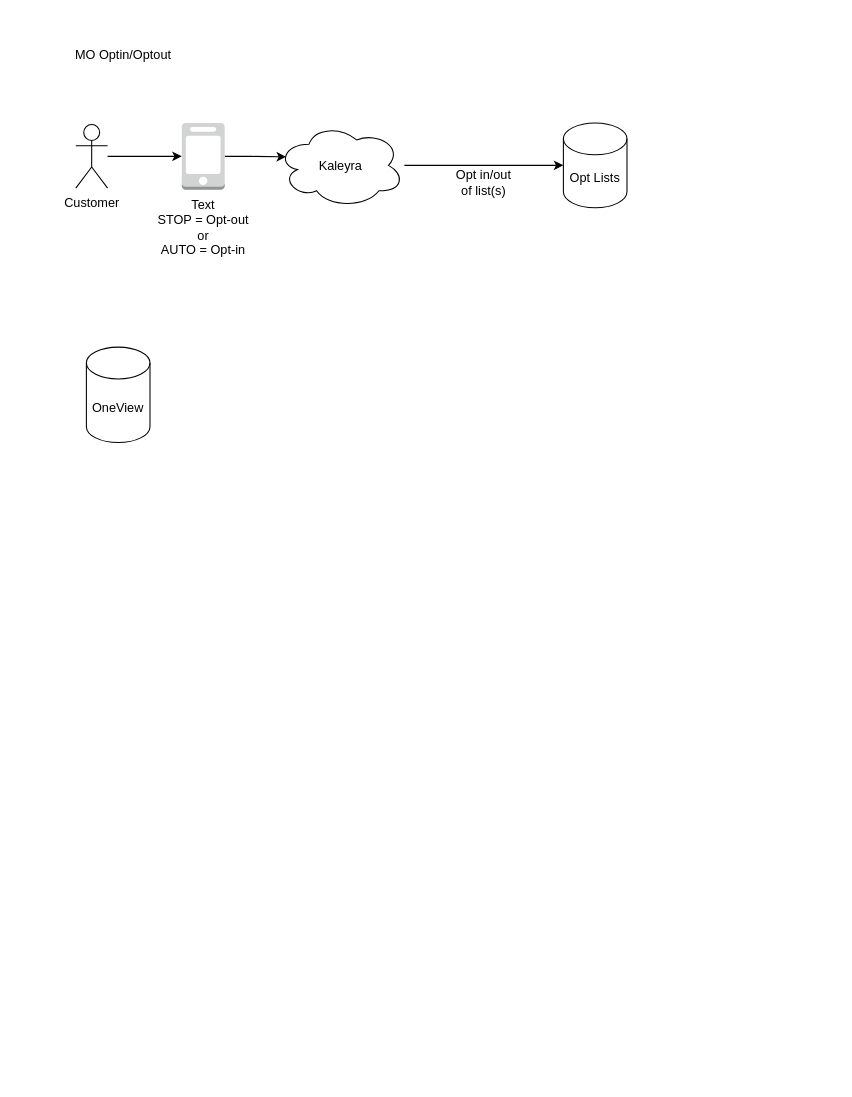
Above: drawings/Kaleyra Opt Sync.drawio in AarellanoH/draw_io (draw.io), before the change. Source tidied: cells renumbered, new cells numbered last; positions are measured from the earlier drawing's top-left corner, leaving out a move shared by most shapes. Both pictures are drawn from the tidied source at 106%, with x=0, y=0 at pixel (54, 39).
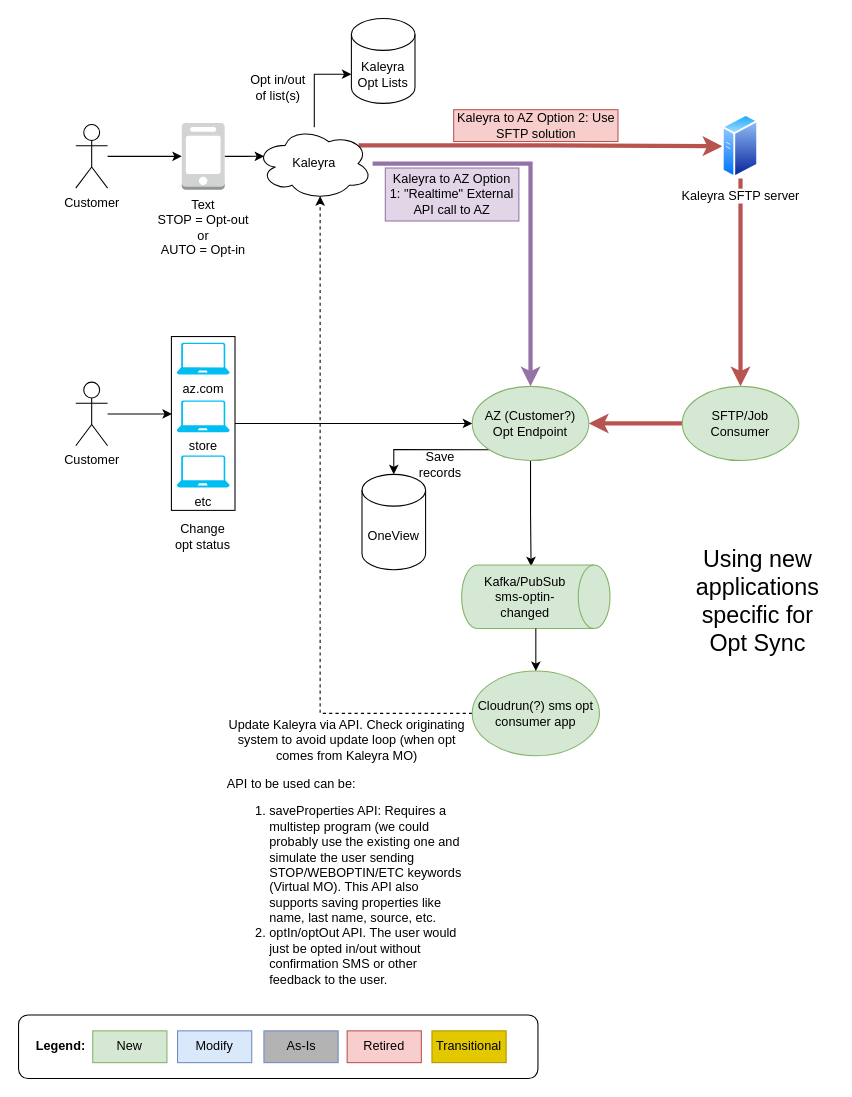
The same diagram, later.

Change to the diagram source:
```diff
@@
     <mxCell id="2" value="OneView" style="shape=cylinder3;whiteSpace=wrap;html=1;boundedLbl=1;backgroundOutline=1;size=15;" parent="1" vertex="1">
-      <mxGeometry x="30" y="290" width="60" height="90" as="geometry" />
+      <mxGeometry x="290" y="410" width="60" height="90" as="geometry" />
     </mxCell>
-    <mxCell id="3" style="edgeStyle=orthogonalEdgeStyle;rounded=0;jettySize=auto;html=1;entryX=0;entryY=0.5;entryDx=0;entryDy=0;entryPerimeter=0;" parent="1" edge="1" source="4" target="9">
+    <mxCell id="3" style="edgeStyle=orthogonalEdgeStyle;rounded=0;jettySize=auto;html=1;entryX=0;entryY=0;entryDx=0;entryDy=52.5;entryPerimeter=0;" parent="1" edge="1" source="4" target="9">
       <mxGeometry relative="1" as="geometry" />
     </mxCell>
+    <mxCell id="12" style="edgeStyle=orthogonalEdgeStyle;rounded=0;jettySize=auto;html=1;entryX=0.5;entryY=0;entryDx=0;entryDy=0;fillColor=#e1d5e7;strokeColor=#9673a6;strokeWidth=4;" parent="1" edge="1" source="4" target="16">
+      <mxGeometry relative="1" as="geometry" />
+    </mxCell>
+    <mxCell id="13" style="edgeStyle=orthogonalEdgeStyle;rounded=0;jettySize=auto;html=1;exitX=0.88;exitY=0.25;exitDx=0;exitDy=0;exitPerimeter=0;entryX=0;entryY=0.5;entryDx=0;entryDy=0;fillColor=#f8cecc;strokeColor=#b85450;strokeWidth=4;" parent="1" edge="1" source="4" target="36">
+      <mxGeometry relative="1" as="geometry" />
+    </mxCell>
     <mxCell id="4" value="Kaleyra" style="ellipse;shape=cloud;whiteSpace=wrap;html=1;" parent="1" vertex="1">
-      <mxGeometry x="210" y="78.5" width="120" height="80" as="geometry" />
+      <mxGeometry x="190" y="82.5" width="110" height="68.5" as="geometry" />
     </mxCell>
@@
-    <mxCell id="9" value="Opt Lists" style="shape=cylinder3;whiteSpace=wrap;html=1;boundedLbl=1;backgroundOutline=1;size=15;" parent="1" vertex="1">
-      <mxGeometry x="480" y="78.5" width="60" height="80" as="geometry" />
+    <mxCell id="9" value="Kaleyra Opt Lists" style="shape=cylinder3;whiteSpace=wrap;html=1;boundedLbl=1;backgroundOutline=1;size=15;" parent="1" vertex="1">
+      <mxGeometry x="280" y="-20" width="60" height="80" as="geometry" />
     </mxCell>
     <mxCell id="10" value="Opt in/out of list(s)" style="text;html=1;strokeColor=none;fillColor=none;align=center;verticalAlign=middle;whiteSpace=wrap;rounded=0;" parent="1" vertex="1">
-      <mxGeometry x="375" y="120" width="60" height="30" as="geometry" />
+      <mxGeometry x="181" y="30" width="60" height="30" as="geometry" />
     </mxCell>
-    <mxCell id="11" value="MO Optin/Optout" style="text;html=1;strokeColor=none;fillColor=none;align=center;verticalAlign=middle;whiteSpace=wrap;rounded=0;" parent="1" vertex="1">
-      <mxGeometry width="130" height="30" as="geometry" />
-    </mxCell>
+    <mxCell id="14" style="edgeStyle=orthogonalEdgeStyle;rounded=0;jettySize=auto;html=1;entryX=0.021;entryY=0.532;entryDx=0;entryDy=0;entryPerimeter=0;" parent="1" edge="1" source="16" target="18">
+      <mxGeometry relative="1" as="geometry" />
+    </mxCell>
+    <mxCell id="15" style="edgeStyle=orthogonalEdgeStyle;rounded=0;jettySize=auto;html=1;exitX=0;exitY=1;exitDx=0;exitDy=0;entryX=0.5;entryY=0;entryDx=0;entryDy=0;entryPerimeter=0;" parent="1" edge="1" source="16" target="2">
+      <mxGeometry relative="1" as="geometry" />
+    </mxCell>
+    <mxCell id="16" value="AZ (Customer?)&lt;br&gt;Opt Endpoint" style="ellipse;whiteSpace=wrap;html=1;fillColor=#d5e8d4;strokeColor=#82b366;" parent="1" vertex="1">
+      <mxGeometry x="394" y="327" width="110" height="70" as="geometry" />
+    </mxCell>
+    <mxCell id="17" style="group;" parent="1" vertex="1">
+      <mxGeometry x="384" y="495.5" width="140" height="60" as="geometry" />
+    </mxCell>
+    <mxCell id="18" style="shape=cylinder3;whiteSpace=wrap;html=1;boundedLbl=1;backgroundOutline=1;size=15;rotation=90;fillColor=#d5e8d4;strokeColor=#82b366;" parent="17" vertex="1">
+      <mxGeometry x="40" y="-40" width="60" height="140" as="geometry" />
+    </mxCell>
+    <mxCell id="19" value="Kafka/PubSub&lt;br&gt;sms-optin-changed" style="text;html=1;strokeColor=none;fillColor=none;align=center;verticalAlign=middle;whiteSpace=wrap;rounded=0;" parent="17" vertex="1">
+      <mxGeometry x="10" y="15" width="100" height="30" as="geometry" />
+    </mxCell>
+    <mxCell id="20" style="edgeStyle=orthogonalEdgeStyle;rounded=0;jettySize=auto;html=1;exitX=0;exitY=0.5;exitDx=0;exitDy=0;entryX=0.55;entryY=0.95;entryDx=0;entryDy=0;entryPerimeter=0;dashed=1;" parent="1" edge="1" source="21" target="4">
+      <mxGeometry relative="1" as="geometry" />
+    </mxCell>
+    <mxCell id="21" value="Cloudrun(?) sms opt consumer app" style="ellipse;whiteSpace=wrap;html=1;fillColor=#d5e8d4;strokeColor=#82b366;" parent="1" vertex="1">
+      <mxGeometry x="394" y="595.5" width="120" height="80" as="geometry" />
+    </mxCell>
+    <mxCell id="22" style="edgeStyle=orthogonalEdgeStyle;rounded=0;jettySize=auto;html=1;entryX=0.5;entryY=0;entryDx=0;entryDy=0;" parent="1" edge="1" source="18" target="21">
+      <mxGeometry relative="1" as="geometry" />
+    </mxCell>
+    <mxCell id="23" value="Update Kaleyra via API. Check originating system to avoid update loop (when opt comes from Kaleyra MO)" style="text;html=1;strokeColor=none;fillColor=none;align=center;verticalAlign=middle;whiteSpace=wrap;rounded=0;" parent="1" vertex="1">
+      <mxGeometry x="160.5" y="645.5" width="230" height="30" as="geometry" />
+    </mxCell>
+    <mxCell id="24" style="edgeStyle=orthogonalEdgeStyle;rounded=0;jettySize=auto;html=1;entryX=0.008;entryY=0.445;entryDx=0;entryDy=0;entryPerimeter=0;" parent="1" edge="1" source="25" target="28">
+      <mxGeometry relative="1" as="geometry" />
+    </mxCell>
+    <mxCell id="25" value="Customer" style="shape=umlActor;verticalLabelPosition=bottom;verticalAlign=top;html=1;outlineConnect=0;" parent="1" vertex="1">
+      <mxGeometry x="20" y="323" width="30" height="60" as="geometry" />
+    </mxCell>
+    <mxCell id="26" style="group;" parent="1" vertex="1">
+      <mxGeometry x="110.2" y="285.8" width="60" height="198.2" as="geometry" />
+    </mxCell>
+    <mxCell id="27" style="group;" parent="26" vertex="1">
+      <mxGeometry x="5" width="55" height="158.2" as="geometry" />
+    </mxCell>
+    <mxCell id="28" style="rounded=0;whiteSpace=wrap;html=1;" parent="27" vertex="1">
+      <mxGeometry x="-5" y="-5.8" width="60" height="164" as="geometry" />
+    </mxCell>
+    <mxCell id="29" value="az.com" style="verticalLabelPosition=bottom;html=1;verticalAlign=top;align=center;strokeColor=none;fillColor=#00BEF2;shape=mxgraph.azure.laptop;" parent="27" vertex="1">
+      <mxGeometry width="50" height="30" as="geometry" />
+    </mxCell>
+    <mxCell id="30" value="store" style="verticalLabelPosition=bottom;html=1;verticalAlign=top;align=center;strokeColor=none;fillColor=#00BEF2;shape=mxgraph.azure.laptop;" parent="27" vertex="1">
+      <mxGeometry y="54.5" width="50" height="30" as="geometry" />
+    </mxCell>
+    <mxCell id="31" value="etc" style="verticalLabelPosition=bottom;html=1;verticalAlign=top;align=center;strokeColor=none;fillColor=#00BEF2;shape=mxgraph.azure.laptop;" parent="27" vertex="1">
+      <mxGeometry y="106.5" width="50" height="30" as="geometry" />
+    </mxCell>
+    <mxCell id="32" value="Change opt status" style="text;html=1;strokeColor=none;fillColor=none;align=center;verticalAlign=middle;whiteSpace=wrap;rounded=0;" parent="26" vertex="1">
+      <mxGeometry y="168.2" width="60" height="30" as="geometry" />
+    </mxCell>
+    <mxCell id="33" style="edgeStyle=orthogonalEdgeStyle;rounded=0;jettySize=auto;html=1;entryX=0;entryY=0.5;entryDx=0;entryDy=0;" parent="1" edge="1" source="28" target="16">
+      <mxGeometry relative="1" as="geometry" />
+    </mxCell>
+    <mxCell id="34" value="Kaleyra to AZ Option 1: &quot;Realtime&quot; External API call to AZ" style="text;html=1;strokeColor=#9673a6;fillColor=#e1d5e7;align=center;verticalAlign=middle;whiteSpace=wrap;rounded=0;" parent="1" vertex="1">
+      <mxGeometry x="312" y="121" width="126" height="50" as="geometry" />
+    </mxCell>
+    <mxCell id="35" style="edgeStyle=orthogonalEdgeStyle;rounded=0;jettySize=auto;html=1;entryX=0.5;entryY=0;entryDx=0;entryDy=0;fillColor=#f8cecc;strokeColor=#b85450;strokeWidth=4;" parent="1" edge="1" source="36" target="38">
+      <mxGeometry relative="1" as="geometry" />
+    </mxCell>
+    <mxCell id="36" value="Kaleyra SFTP server" style="image;perimeter=ellipsePerimeter;html=1;align=center;shadow=0;dashed=0;spacingTop=3;image=img/lib/active_directory/generic_server.svg;" parent="1" vertex="1">
+      <mxGeometry x="630" y="70" width="34.2" height="61" as="geometry" />
+    </mxCell>
+    <mxCell id="37" style="edgeStyle=orthogonalEdgeStyle;rounded=0;jettySize=auto;html=1;entryX=1;entryY=0.5;entryDx=0;entryDy=0;strokeWidth=4;fillColor=#f8cecc;strokeColor=#b85450;" parent="1" edge="1" source="38" target="16">
+      <mxGeometry relative="1" as="geometry" />
+    </mxCell>
+    <mxCell id="38" value="SFTP/Job Consumer" style="ellipse;whiteSpace=wrap;html=1;fillColor=#d5e8d4;strokeColor=#82b366;" parent="1" vertex="1">
+      <mxGeometry x="592.1" y="327" width="110" height="70" as="geometry" />
+    </mxCell>
+    <mxCell id="39" value="Save records" style="text;html=1;strokeColor=none;fillColor=none;align=center;verticalAlign=middle;whiteSpace=wrap;rounded=0;" parent="1" vertex="1">
+      <mxGeometry x="334" y="386" width="60" height="30" as="geometry" />
+    </mxCell>
+    <mxCell id="40" value="Kaleyra to AZ Option 2: Use SFTP solution" style="text;html=1;strokeColor=#b85450;fillColor=#f8cecc;align=center;verticalAlign=middle;whiteSpace=wrap;rounded=0;" parent="1" vertex="1">
+      <mxGeometry x="376.5" y="66" width="155" height="30" as="geometry" />
+    </mxCell>
+    <mxCell id="41" style="group;" parent="1" vertex="1">
+      <mxGeometry x="-34" y="920" width="490" height="60" as="geometry" />
+    </mxCell>
+    <mxCell id="42" style="rounded=1;whiteSpace=wrap;html=1;" parent="41" vertex="1">
+      <mxGeometry width="490" height="60" as="geometry" />
+    </mxCell>
+    <mxCell id="43" value="New" style="rounded=0;whiteSpace=wrap;html=1;fillColor=#d5e8d4;strokeColor=#82b366;" parent="41" vertex="1">
+      <mxGeometry x="70" y="15" width="70" height="30" as="geometry" />
+    </mxCell>
+    <mxCell id="44" value="Modify" style="rounded=0;whiteSpace=wrap;html=1;fillColor=#dae8fc;strokeColor=#6c8ebf;" parent="41" vertex="1">
+      <mxGeometry x="150" y="15" width="70" height="30" as="geometry" />
+    </mxCell>
+    <mxCell id="45" value="Retired" style="rounded=0;whiteSpace=wrap;html=1;fillColor=#f8cecc;strokeColor=#b85450;" parent="41" vertex="1">
+      <mxGeometry x="310" y="15" width="70" height="30" as="geometry" />
+    </mxCell>
+    <mxCell id="46" value="Transitional" style="rounded=0;whiteSpace=wrap;html=1;fillColor=#e3c800;strokeColor=#B09500;fontColor=#000000;" parent="41" vertex="1">
+      <mxGeometry x="390" y="15" width="70" height="30" as="geometry" />
+    </mxCell>
+    <mxCell id="47" value="&lt;b&gt;Legend:&lt;/b&gt;" style="text;html=1;strokeColor=none;fillColor=none;align=center;verticalAlign=middle;whiteSpace=wrap;rounded=0;" parent="41" vertex="1">
+      <mxGeometry x="10" y="15" width="60" height="30" as="geometry" />
+    </mxCell>
+    <mxCell id="48" value="As-Is" style="rounded=0;whiteSpace=wrap;html=1;fillColor=#B3B3B3;strokeColor=#6c8ebf;" parent="41" vertex="1">
+      <mxGeometry x="231.5" y="15" width="70" height="30" as="geometry" />
+    </mxCell>
+    <mxCell id="49" value="API to be used can be:&lt;br&gt;&lt;ol&gt;&lt;li&gt;saveProperties API: Requires a multistep program (we could probably use the existing one and simulate the user sending STOP/WEBOPTIN/ETC keywords (Virtual MO). This API also supports saving properties like name, last name, source, etc.&lt;/li&gt;&lt;li&gt;optIn/optOut API. The user would just be opted in/out without confirmation SMS or other feedback to the user.&lt;/li&gt;&lt;/ol&gt;" style="text;html=1;strokeColor=none;fillColor=none;align=left;verticalAlign=middle;whiteSpace=wrap;rounded=0;" parent="1" vertex="1">
+      <mxGeometry x="160.5" y="690" width="230" height="220" as="geometry" />
+    </mxCell>
+    <mxCell id="50" value="Using new applications specific for Opt Sync" style="text;html=1;strokeColor=none;fillColor=none;align=center;verticalAlign=middle;whiteSpace=wrap;rounded=0;fontSize=22;" parent="1" vertex="1">
+      <mxGeometry x="592.1" y="472" width="142.9" height="115.5" as="geometry" />
+    </mxCell>
```
